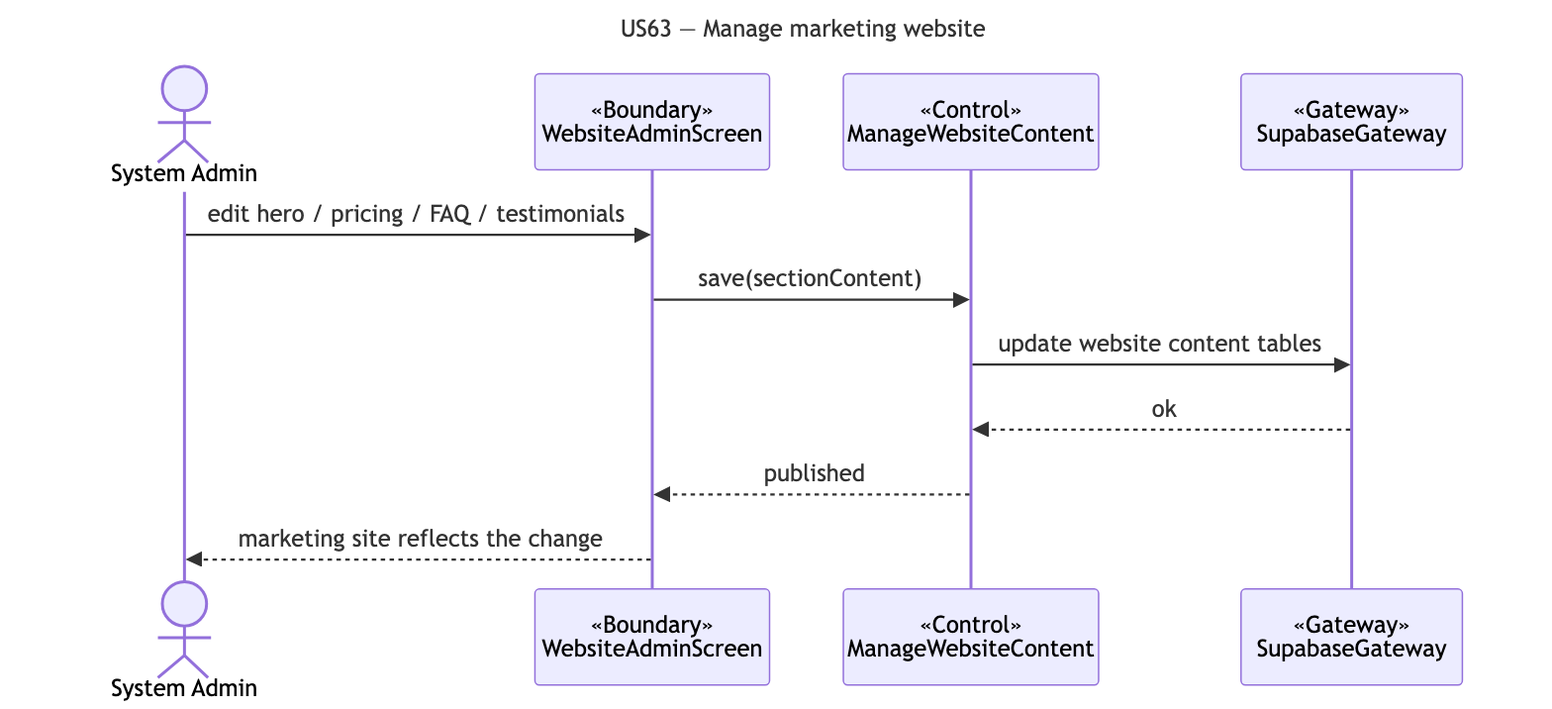
The Mermaid diagram docs/deliverables/sequence-diagrams/US63-manage-website.png in cyuanjun/FYP-26-S2-37-app, before a commit. Its source is kept beside it as docs/deliverables/sequence-diagrams/src/US63-manage-website.mmd.
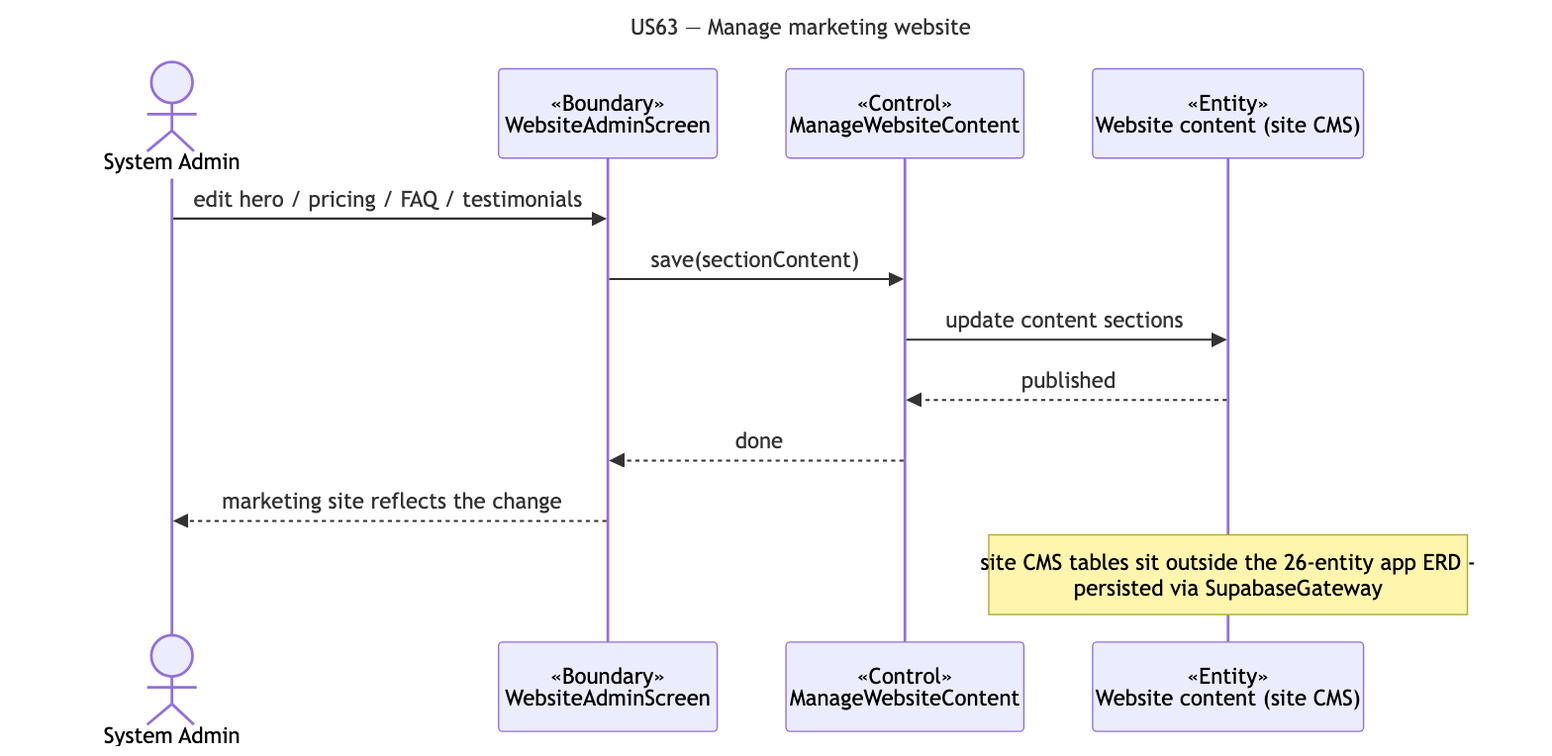
The same diagram one commit later.

Diff of the diagram source:
```diff
@@ -5,10 +5,11 @@
   actor A as System Admin
   participant B as «Boundary»<br/>WebsiteAdminScreen
   participant C as «Control»<br/>ManageWebsiteContent
-  participant G as «Gateway»<br/>SupabaseGateway
+  participant E as «Entity»<br/>Website content (site CMS)
   A->>B: edit hero / pricing / FAQ / testimonials
   B->>C: save(sectionContent)
-  C->>G: update website content tables
-  G-->>C: ok
-  C-->>B: published
+  C->>E: update content sections
+  E-->>C: published
+  C-->>B: done
   B-->>A: marketing site reflects the change
+  note over E: site CMS tables sit outside the 26-entity app ERD -<br/>persisted via SupabaseGateway
```
